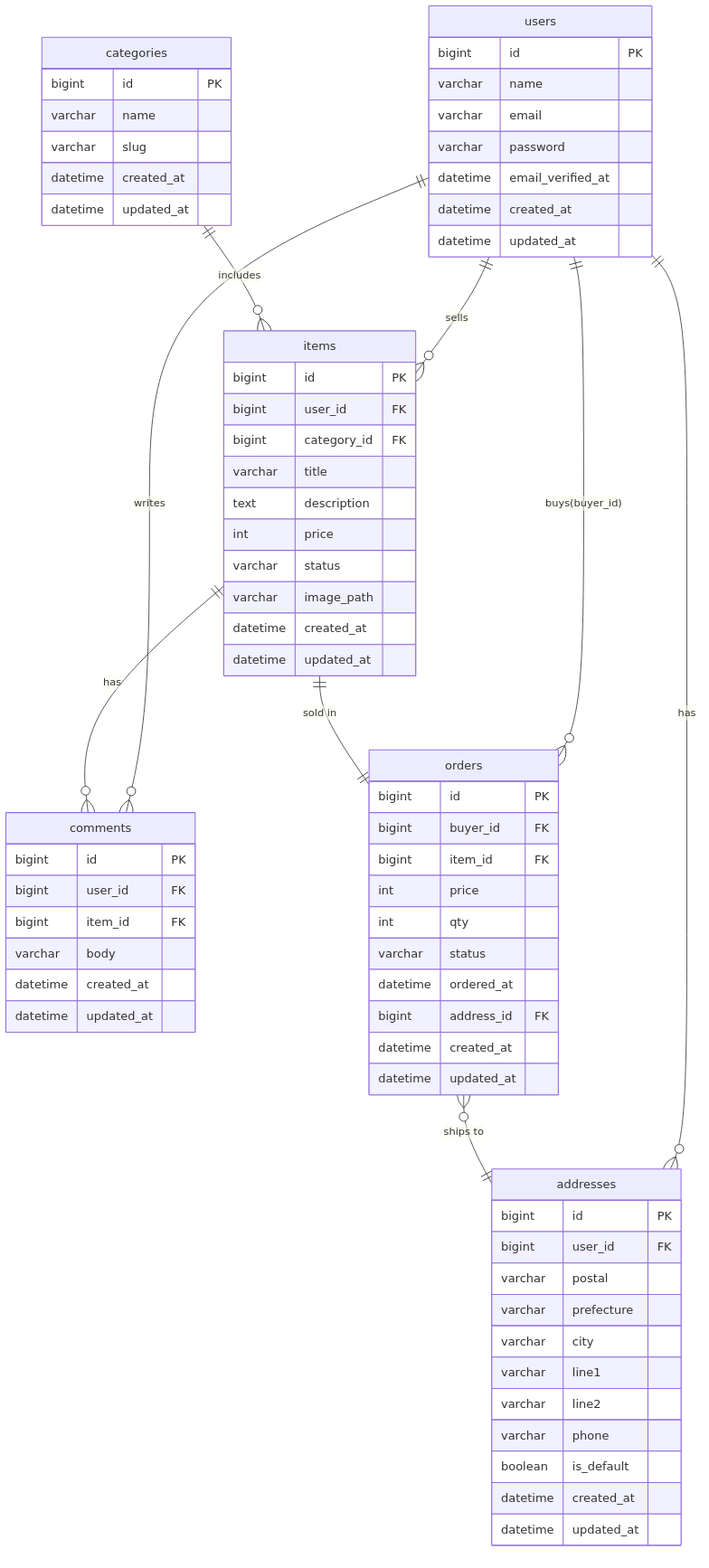
s-aino/ShinyaAino-test_FreeMarket keeps this Mermaid diagram as docs/img/er.png. Above is the earlier version. Its source is kept beside it as docs/er.mmd.
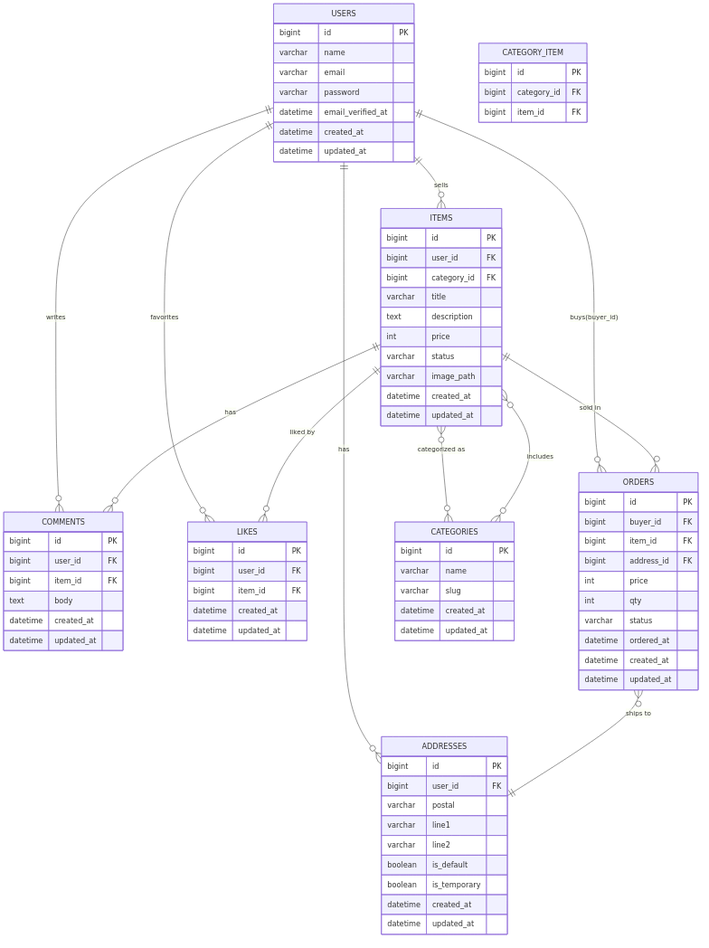
The same diagram one commit later.

What changed in the source:
````diff
@@ -1,78 +1,95 @@
-# ER Diagram (Mermaid)
+erDiagram
 
-```mermaid
-erDiagram
-    users ||--o{ items : "sells"
-    users ||--o{ addresses : "has"
-    users ||--o{ comments : "writes"
-    users ||--o{ orders : "buys (buyer_id)"
+  USERS ||--o{ ITEMS : "sells"
+  USERS ||--o{ COMMENTS : "writes"
+  USERS ||--o{ LIKES : "favorites"
+  USERS ||--o{ ORDERS : "buys(buyer_id)"
+  USERS ||--o{ ADDRESSES : "has"
 
-    categories ||--o{ items : "includes"
-    items ||--o{ comments : "has"
-    items ||--o{ orders : "sold in"
-    orders }o--|| addresses : "ships to"
+  ITEMS ||--o{ COMMENTS : "has"
+  ITEMS ||--o{ LIKES : "liked by"
+  ITEMS ||--o{ ORDERS : "sold in"
+  ITEMS }o--o{ CATEGORIES : "categorized as"
 
-    users {
-        bigint id PK
-        varchar name
-        varchar email
-        varchar password
-        datetime email_verified_at
-        datetime created_at
-        datetime updated_at
-    }
+  ORDERS }o--|| ADDRESSES : "ships to"
 
-    categories {
-        bigint id PK
-        varchar name
-        varchar slug
-        datetime created_at
-        datetime updated_at
-    }
+  CATEGORIES }o--o{ ITEMS : "includes"
 
-    addresses {
-        bigint id PK
-        bigint user_id FK
-        varchar postal_code
-        varchar prefecture
-        varchar city
-        varchar street
-        varchar building nullable
-        datetime created_at
-        datetime updated_at
-    }
+  USERS {
+      bigint id PK
+      varchar name
+      varchar email
+      varchar password
+      datetime email_verified_at
+      datetime created_at
+      datetime updated_at
+  }
 
-    items {
-        bigint id PK
-        bigint user_id FK "seller"
-        bigint category_id FK
-        varchar title
-        text description
-        unsigned_int price ">= 0"
-        varchar status "active|sold"
-        varchar image_path
-        varchar brand nullable
-        varchar condition nullable
-        datetime created_at
-        datetime updated_at
-    }
+  ITEMS {
+      bigint id PK
+      bigint user_id FK
+      bigint category_id FK
+      varchar title
+      text description
+      int price
+      varchar status
+      varchar image_path
+      datetime created_at
+      datetime updated_at
+  }
 
-    comments {
-        bigint id PK
-        bigint user_id FK
-        bigint item_id FK
-        text body
-        datetime created_at
-        datetime updated_at
-    }
+  COMMENTS {
+      bigint id PK
+      bigint user_id FK
+      bigint item_id FK
+      text body
+      datetime created_at
+      datetime updated_at
+  }
 
-    orders {
-        bigint id PK
-        bigint user_id FK "buyer_id"
-        bigint item_id FK
-        bigint address_id FK
-        datetime ordered_at
-        varchar status "pending|paid|shipped|completed|cancelled"
-        datetime created_at
-        datetime updated_at
-    }
+  LIKES {
+      bigint id PK
+      bigint user_id FK
+      bigint item_id FK
+      datetime created_at
+      datetime updated_at
+  }
+
+  ORDERS {
+      bigint id PK
+      bigint buyer_id FK
+      bigint item_id FK
+      bigint address_id FK
+      int price
+      int qty
+      varchar status
+      datetime ordered_at
+      datetime created_at
+      datetime updated_at
+  }
+
+  ADDRESSES {
+      bigint id PK
+      bigint user_id FK
+      varchar postal
+      varchar line1
+      varchar line2
+      boolean is_default
+      boolean is_temporary
+      datetime created_at
+      datetime updated_at
+  }
+
+  CATEGORIES {
+      bigint id PK
+      varchar name
+      varchar slug
+      datetime created_at
+      datetime updated_at
+  }
+
+  CATEGORY_ITEM {
+      bigint id PK
+      bigint category_id FK
+      bigint item_id FK
+  }
````
